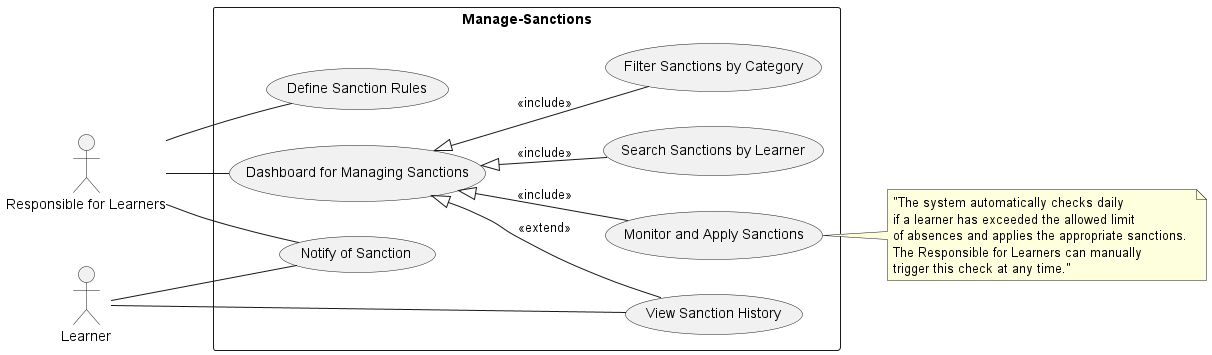
Above: out/Functional Branch/Use Case/Use-Case-General/Use-Case-General.png in Tribak-Ayoub/Project-fil-rouge (PlantUML), before the change.
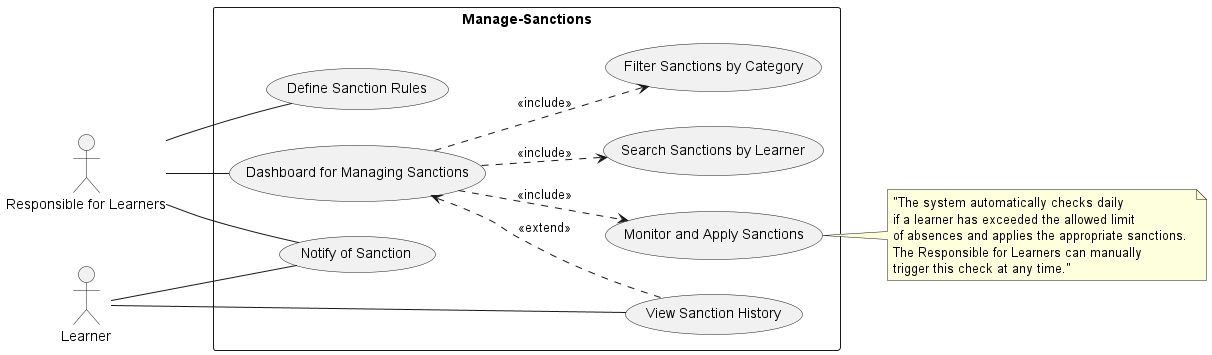
After the commit.

Diff of the diagram source:
```diff
@@ -28,8 +28,8 @@
 
 Learner -- UC3
 Learner -- UC4
-UC5 <|-- UC4 : <<extend>>
-UC5 <|-- UC2 : <<include>>
-UC5 <|-- UC6 : <<include>>
-UC5 <|-- UC7 : <<include>>
+UC5 <.. UC4 : <<extend>>
+UC5 ..> UC2 : <<include>>
+UC5 ..> UC6 : <<include>>
+UC5 ..> UC7 : <<include>>
 @enduml
```
